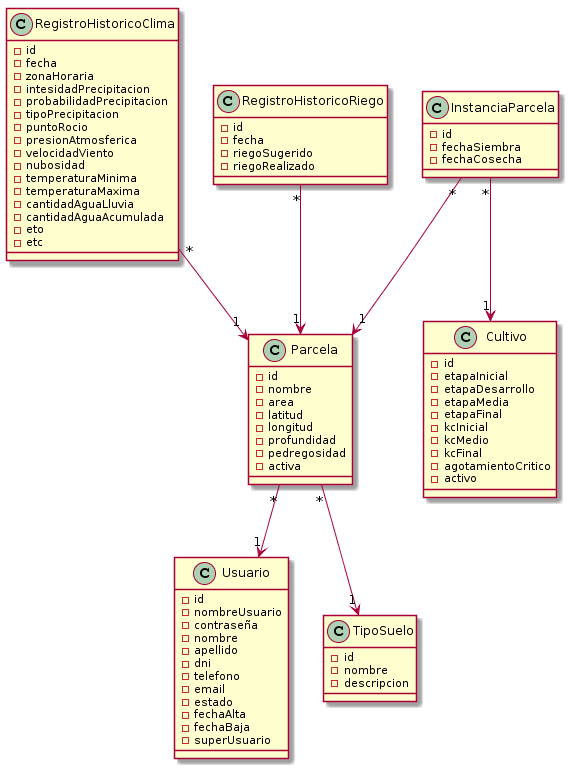
The PlantUML diagram Modelo de dominio/MDominio: Sistema de riego.png in FacuDeveloper/Sistema-de-riego, before a commit.
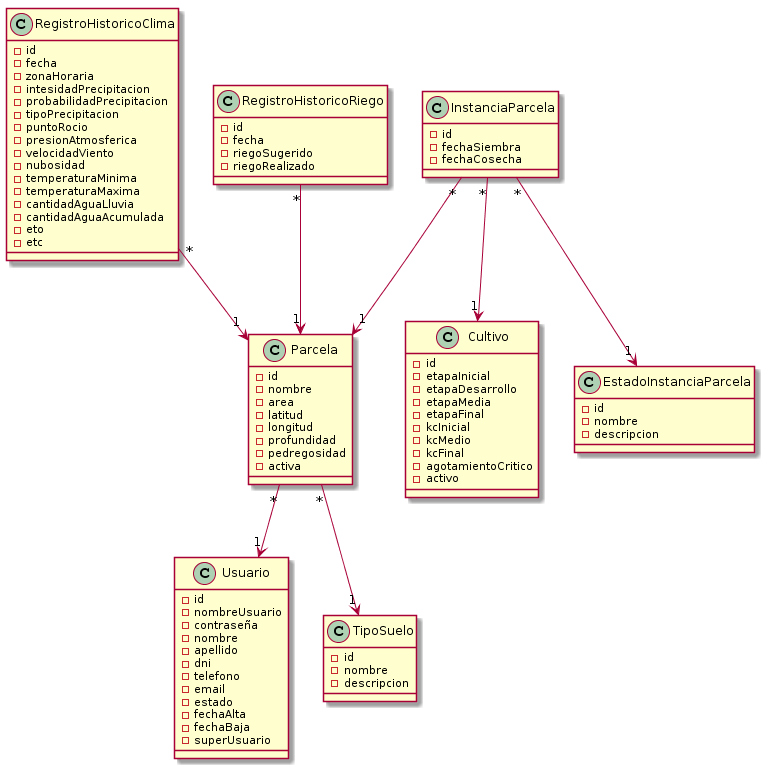
After the commit.

Commit message:
Modelo de dominio, modificado

Diff of the diagram source:
```diff
@@ -5,6 +5,7 @@
 RegistroHistoricoRiego "*"-->"1" Parcela
 InstanciaParcela "*"-->"1" Parcela
 InstanciaParcela "*"-->"1" Cultivo
+InstanciaParcela "*"-->"1" EstadoInstanciaParcela
 
 class Parcela {
 -id
@@ -82,4 +83,10 @@
 -fechaBaja
 -superUsuario
 }
+
+class EstadoInstanciaParcela {
+-id
+-nombre
+-descripcion
+}
 @enduml
```
